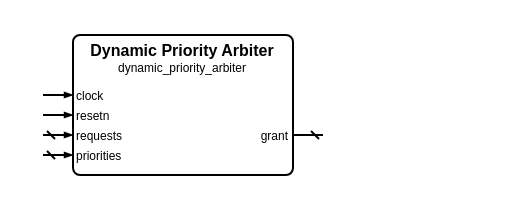
The draw.io diagram sources/arbiter/dynamic_priority_arbiter/dynamic_priority_arbiter.symbol.drawio in Louis-DR/OmniCores-BuildingBlocks, before the edit. Source tidied: cells renumbered, new cells numbered last; positions are measured from the earlier drawing's top-left corner, leaving out a move shared by most shapes. Both pictures are drawn from the tidied source at 200%, with x=0, y=0 at pixel (42, 34).
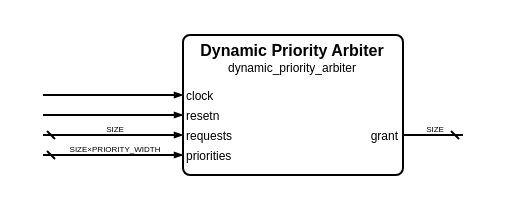
The same diagram, later.

Change to the diagram source:
```diff
@@
     <mxCell id="2" style="group;" parent="1" vertex="1">
-      <mxGeometry width="140" height="70" as="geometry" />
+      <mxGeometry width="210" height="70" as="geometry" />
     </mxCell>
     <mxCell id="3" style="rounded=1;arcSize=5;fillColor=none;strokeWidth=1;strokeColor=black;whiteSpace=wrap;html=1;" parent="2" vertex="1">
-      <mxGeometry x="15" width="110" height="70" as="geometry" />
+      <mxGeometry x="70" width="110" height="70" as="geometry" />
     </mxCell>
     <mxCell id="4" value="Dynamic Priority Arbiter" style="text;html=1;align=center;verticalAlign=middle;whiteSpace=wrap;rounded=0;fontSize=8;fontStyle=1;fontColor=black;" parent="2" vertex="1">
-      <mxGeometry x="15" y="7" width="110" as="geometry" />
+      <mxGeometry x="70" y="7" width="110" as="geometry" />
     </mxCell>
     <mxCell id="5" value="dynamic_priority_arbiter" style="text;html=1;align=center;verticalAlign=middle;whiteSpace=wrap;rounded=0;fontSize=6;fontStyle=0;fontColor=black;" parent="2" vertex="1">
-      <mxGeometry x="15" y="16" width="110" as="geometry" />
+      <mxGeometry x="70" y="16" width="110" as="geometry" />
     </mxCell>
     <mxCell id="6" value="clock" style="text;html=1;align=left;verticalAlign=middle;whiteSpace=wrap;rounded=0;fontSize=6;fontStyle=0;fontColor=black;" parent="2" vertex="1">
-      <mxGeometry x="15" y="30" width="110" as="geometry" />
+      <mxGeometry x="70" y="30" width="110" as="geometry" />
     </mxCell>
     <mxCell id="7" style="html=1;rounded=1;strokeWidth=1;strokeColor=black;startFill=0;startSize=2;startArrow=none;endFill=1;endSize=2;endArrow=blockThin;sourcePerimeterSpacing=0;" parent="2" edge="1">
       <mxGeometry relative="1" as="geometry">
         <mxPoint y="30" as="sourcePoint" />
-        <mxPoint x="15" y="30" as="targetPoint" />
+        <mxPoint x="70" y="30" as="targetPoint" />
       </mxGeometry>
     </mxCell>
     <mxCell id="8" value="resetn" style="text;html=1;align=left;verticalAlign=middle;whiteSpace=wrap;rounded=0;fontSize=6;fontStyle=0;fontColor=black;" parent="2" vertex="1">
-      <mxGeometry x="15" y="40" width="110" as="geometry" />
+      <mxGeometry x="70" y="40" width="110" as="geometry" />
     </mxCell>
     <mxCell id="9" style="html=1;rounded=1;strokeWidth=1;strokeColor=black;startFill=0;startSize=2;startArrow=none;endFill=1;endSize=2;endArrow=blockThin;sourcePerimeterSpacing=0;" parent="2" edge="1">
       <mxGeometry relative="1" as="geometry">
         <mxPoint y="40" as="sourcePoint" />
-        <mxPoint x="15" y="40" as="targetPoint" />
+        <mxPoint x="70" y="40" as="targetPoint" />
       </mxGeometry>
     </mxCell>
     <mxCell id="10" value="requests" style="text;html=1;align=left;verticalAlign=middle;whiteSpace=wrap;rounded=0;fontSize=6;fontStyle=0;fontColor=black;" parent="2" vertex="1">
-      <mxGeometry x="15" y="50" width="110" as="geometry" />
+      <mxGeometry x="70" y="50" width="110" as="geometry" />
     </mxCell>
     <mxCell id="11" style="html=1;rounded=1;strokeWidth=1;strokeColor=black;startFill=0;startSize=2;startArrow=dash;endFill=1;endSize=2;endArrow=blockThin;sourcePerimeterSpacing=0;" parent="2" edge="1">
       <mxGeometry relative="1" as="geometry">
         <mxPoint y="50" as="sourcePoint" />
-        <mxPoint x="15" y="50" as="targetPoint" />
+        <mxPoint x="70" y="50" as="targetPoint" />
       </mxGeometry>
     </mxCell>
+    <mxCell id="16" value="SIZE" style="text;html=1;align=center;verticalAlign=middle;whiteSpace=nowrap;rounded=0;fontSize=4;fontStyle=0;fontColor=black;" parent="2" vertex="1">
+      <mxGeometry x="35" y="47" as="geometry" />
+    </mxCell>
     <mxCell id="12" value="grant" style="text;html=1;align=right;verticalAlign=middle;whiteSpace=wrap;rounded=0;fontSize=6;fontStyle=0;fontColor=black;" parent="2" vertex="1">
-      <mxGeometry x="15" y="50" width="110" as="geometry" />
+      <mxGeometry x="70" y="50" width="110" as="geometry" />
     </mxCell>
     <mxCell id="13" style="html=1;rounded=1;strokeWidth=1;strokeColor=black;startFill=0;startSize=2;startArrow=dash;endFill=1;endSize=2;endArrow=none;sourcePerimeterSpacing=0;" parent="2" edge="1">
       <mxGeometry relative="1" as="geometry">
-        <mxPoint x="140" y="50" as="sourcePoint" />
-        <mxPoint x="125" y="50" as="targetPoint" />
+        <mxPoint x="210" y="50" as="sourcePoint" />
+        <mxPoint x="180" y="50" as="targetPoint" />
       </mxGeometry>
     </mxCell>
+    <mxCell id="17" value="SIZE" style="text;html=1;align=center;verticalAlign=middle;whiteSpace=nowrap;rounded=0;fontSize=4;fontStyle=0;fontColor=black;" parent="2" vertex="1">
+      <mxGeometry x="195" y="47" as="geometry" />
+    </mxCell>
     <mxCell id="14" value="priorities" style="text;html=1;align=left;verticalAlign=middle;whiteSpace=wrap;rounded=0;fontSize=6;fontStyle=0;fontColor=black;" parent="2" vertex="1">
-      <mxGeometry x="15" y="60" width="110" as="geometry" />
+      <mxGeometry x="70" y="60" width="110" as="geometry" />
     </mxCell>
     <mxCell id="15" style="html=1;rounded=1;strokeWidth=1;strokeColor=black;startFill=0;startSize=2;startArrow=dash;endFill=1;endSize=2;endArrow=blockThin;sourcePerimeterSpacing=0;" parent="2" edge="1">
       <mxGeometry relative="1" as="geometry">
         <mxPoint y="60" as="sourcePoint" />
-        <mxPoint x="15" y="60" as="targetPoint" />
+        <mxPoint x="70" y="60" as="targetPoint" />
       </mxGeometry>
     </mxCell>
+    <mxCell id="18" value="SIZE×PRIORITY_WIDTH" style="text;html=1;align=center;verticalAlign=middle;whiteSpace=nowrap;rounded=0;fontSize=4;fontStyle=0;fontColor=black;" parent="2" vertex="1">
+      <mxGeometry x="35" y="57" as="geometry" />
+    </mxCell>
```
